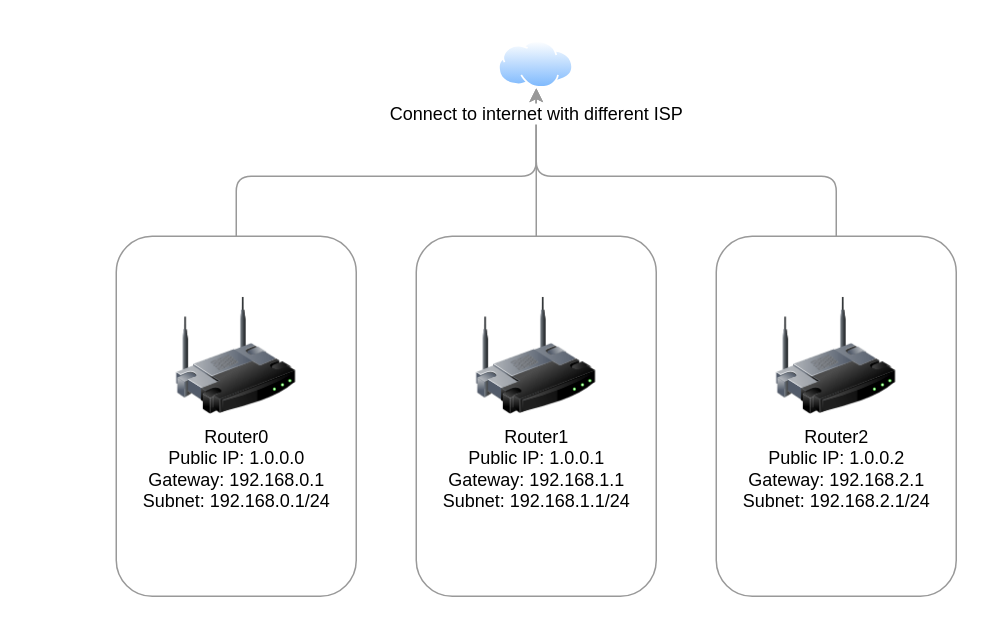
Earlier version of the draw.io diagram media/network-topology.drawio (caltong/blog-backup). Source tidied: cells renumbered, new cells numbered last; positions are measured from the earlier drawing's top-left corner, leaving out a move shared by most shapes. Both pictures are drawn from the tidied source at 150%, with x=0, y=0 at pixel (116, 40).
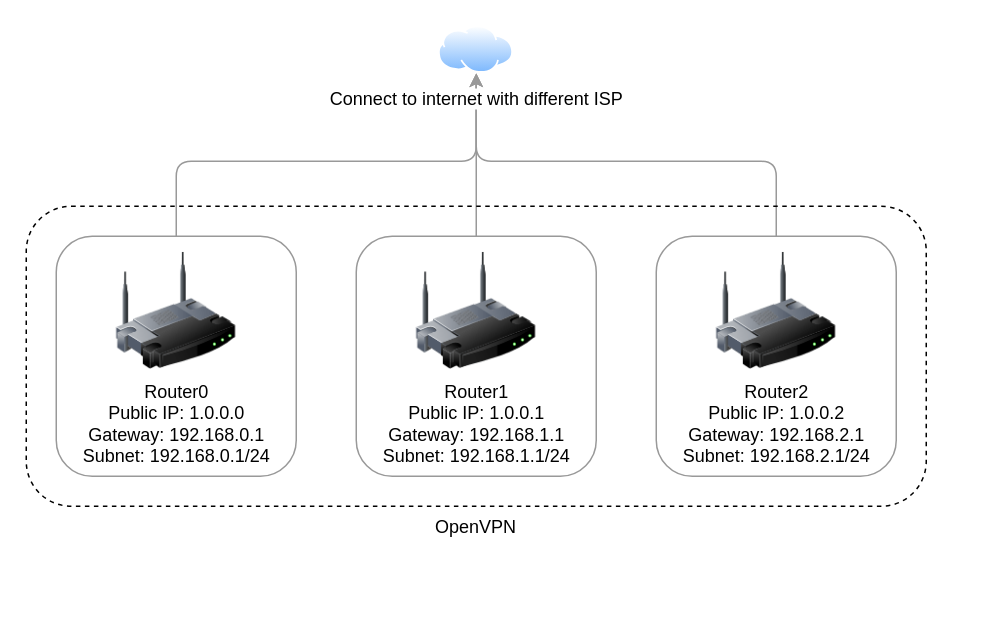
Above is the later version.

Diff of the diagram source:
```diff
@@
 <mxGraphModel>
   <root>
     <mxCell id="0" />
     <mxCell id="1" parent="0" />
     <mxCell id="2" style="edgeStyle=orthogonalEdgeStyle;rounded=1;jettySize=auto;html=1;exitX=0.5;exitY=0;exitDx=0;exitDy=0;entryX=0.5;entryY=1;entryDx=0;entryDy=0;strokeColor=#999999;" parent="1" edge="1" source="3" target="11">
       <mxGeometry relative="1" as="geometry">
         <Array as="points">
-          <mxPoint x="480" y="90" />
-          <mxPoint x="280" y="90" />
+          <mxPoint x="440" y="80" />
+          <mxPoint x="240" y="80" />
         </Array>
       </mxGeometry>
     </mxCell>
     <mxCell id="3" style="rounded=1;whiteSpace=wrap;html=1;fillColor=none;strokeColor=#999999;" parent="1" vertex="1">
-      <mxGeometry x="400" y="130" width="160" height="240" as="geometry" />
+      <mxGeometry x="360" y="130" width="160" height="160" as="geometry" />
     </mxCell>
     <mxCell id="4" style="edgeStyle=orthogonalEdgeStyle;rounded=1;jettySize=auto;html=1;exitX=0.5;exitY=0;exitDx=0;exitDy=0;entryX=0.5;entryY=1;entryDx=0;entryDy=0;strokeColor=#999999;" parent="1" edge="1" source="5" target="11">
       <mxGeometry relative="1" as="geometry" />
     </mxCell>
     <mxCell id="5" style="rounded=1;whiteSpace=wrap;html=1;fillColor=none;strokeColor=#999999;" parent="1" vertex="1">
-      <mxGeometry x="200" y="130" width="160" height="240" as="geometry" />
+      <mxGeometry x="160" y="130" width="160" height="160" as="geometry" />
     </mxCell>
     <mxCell id="6" style="edgeStyle=orthogonalEdgeStyle;rounded=1;jettySize=auto;html=1;exitX=0.5;exitY=0;exitDx=0;exitDy=0;strokeColor=#999999;" parent="1" edge="1" source="7" target="11">
       <mxGeometry relative="1" as="geometry">
         <Array as="points">
-          <mxPoint x="80" y="90" />
-          <mxPoint x="280" y="90" />
+          <mxPoint x="40" y="80" />
+          <mxPoint x="240" y="80" />
         </Array>
       </mxGeometry>
     </mxCell>
     <mxCell id="7" style="rounded=1;whiteSpace=wrap;html=1;fillColor=none;strokeColor=#999999;" parent="1" vertex="1">
-      <mxGeometry y="130" width="160" height="240" as="geometry" />
+      <mxGeometry x="-40" y="130" width="160" height="160" as="geometry" />
     </mxCell>
     <mxCell id="8" value="Router0&lt;br&gt;Public IP: 1.0.0.0&lt;br&gt;Gateway: 192.168.0.1&lt;br&gt;Subnet: 192.168.0.1/24" style="image;html=1;image=img/lib/clip_art/networking/Wireless_Router_128x128.png;strokeColor=#999999;" parent="1" vertex="1">
-      <mxGeometry x="40" y="170" width="80" height="80" as="geometry" />
+      <mxGeometry y="140" width="80" height="80" as="geometry" />
     </mxCell>
     <mxCell id="9" value="Router1&lt;br&gt;Public IP: 1.0.0.1&lt;br&gt;Gateway: 192.168.1.1&lt;br&gt;Subnet: 192.168.1.1/24" style="image;html=1;image=img/lib/clip_art/networking/Wireless_Router_128x128.png;strokeColor=#999999;" parent="1" vertex="1">
-      <mxGeometry x="240" y="170" width="80" height="80" as="geometry" />
+      <mxGeometry x="200" y="140" width="80" height="80" as="geometry" />
     </mxCell>
     <mxCell id="10" value="Router2&lt;br&gt;Public IP: 1.0.0.2&lt;br&gt;Gateway: 192.168.2.1&lt;br&gt;Subnet: 192.168.2.1/24" style="image;html=1;image=img/lib/clip_art/networking/Wireless_Router_128x128.png;strokeColor=#999999;" parent="1" vertex="1">
-      <mxGeometry x="440" y="170" width="80" height="80" as="geometry" />
+      <mxGeometry x="400" y="140" width="80" height="80" as="geometry" />
     </mxCell>
     <mxCell id="11" value="Connect to internet with different ISP" style="perimeter=ellipsePerimeter;html=1;align=center;shadow=0;dashed=0;spacingTop=3;image;image=img/lib/active_directory/internet_cloud.svg;strokeColor=#999999;" parent="1" vertex="1">
-      <mxGeometry x="255" width="50" height="31.5" as="geometry" />
+      <mxGeometry x="215" y="-10" width="50" height="31.5" as="geometry" />
     </mxCell>
+    <mxCell id="12" style="edgeStyle=orthogonalEdgeStyle;rounded=0;orthogonalLoop=1;jettySize=auto;html=1;exitX=0.5;exitY=1;exitDx=0;exitDy=0;" parent="1" edge="1" source="5" target="5">
+      <mxGeometry relative="1" as="geometry" />
+    </mxCell>
+    <mxCell id="13" value="OpenVPN" style="rounded=1;whiteSpace=wrap;html=1;dashed=1;fillColor=none;verticalAlign=top;labelPosition=center;verticalLabelPosition=bottom;align=center;" parent="1" vertex="1">
+      <mxGeometry x="-60" y="110" width="600" height="200" as="geometry" />
+    </mxCell>
   </root>
 </mxGraphModel>
```
